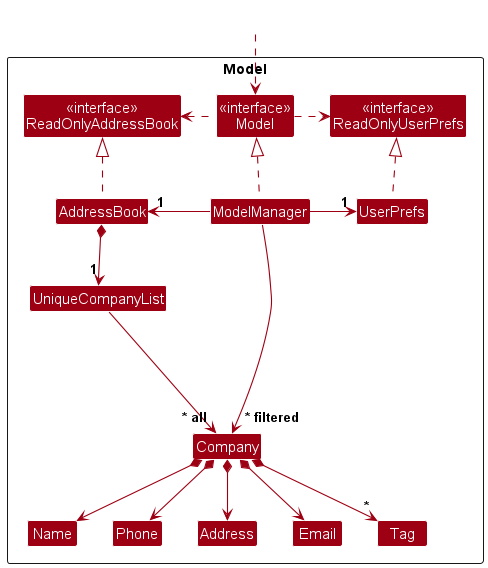
Earlier version of the PlantUML export docs/images/ModelClassDiagram.png (tayruxin/tp).
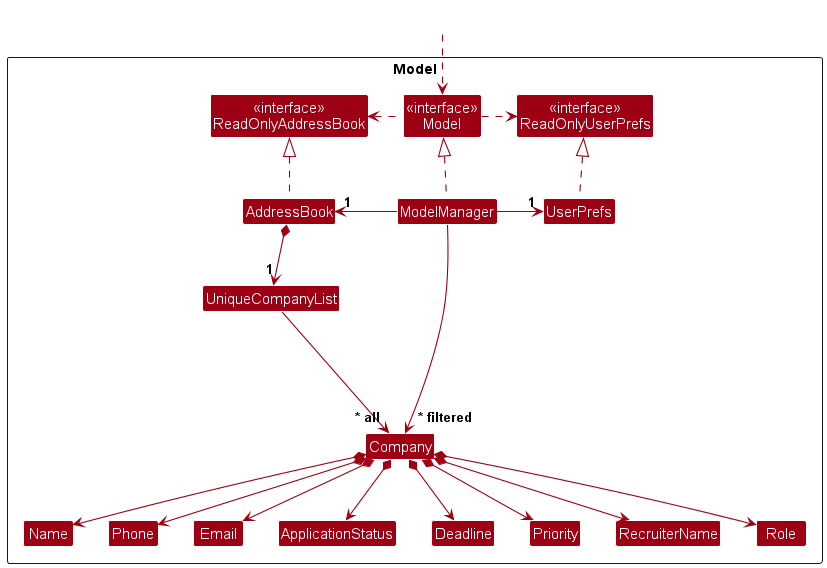
Above is the later version.

The edit, as a diff of the source:
```diff
@@ -14,11 +14,15 @@
 
 Class UniqueCompanyList
 Class Company
-Class Address
 Class Email
 Class Name
 Class Phone
-Class Tag
+Class ApplicationStatus
+Class Deadline
+Class Priority
+Class RecruiterName
+Class Role
+Class Priority
 
 Class I #FFFFFF
 }
@@ -37,18 +41,19 @@
 
 AddressBook *--> "1" UniqueCompanyList
 UniqueCompanyList --> "~* all" Company
+Company *--> Email
 Company *--> Name
 Company *--> Phone
-Company *--> Email
-Company *--> Address
-Company *--> "*" Tag
+Company *--> ApplicationStatus
+Company *--> Deadline
+Company *--> RecruiterName
+Company *--> Role
+Company *--> Priority
 
 Company -[hidden]up--> I
 UniqueCompanyList -[hidden]right-> I
 
 Name -[hidden]right-> Phone
-Phone -[hidden]right-> Address
-Address -[hidden]right-> Email
 
 ModelManager --> "~* filtered" Company
 @enduml
```
